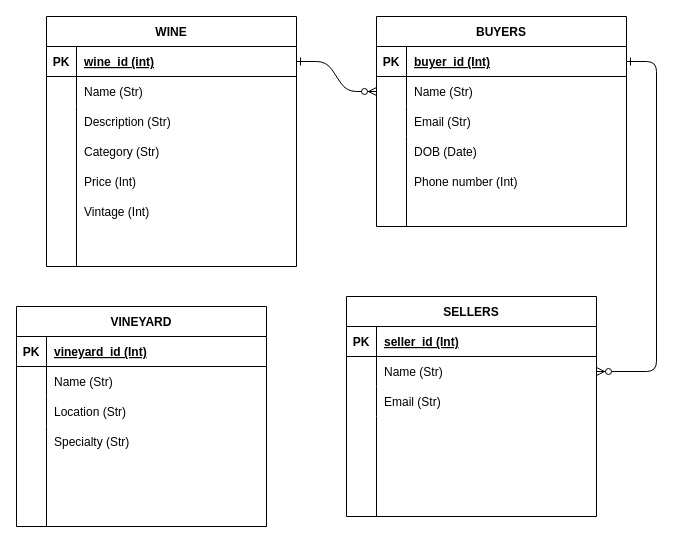
This is ERD.drawio from JordanAttfield/T2A2-API-Webserver-Project, a draw.io file, before an edit. Source tidied: cells renumbered, new cells numbered last; positions are measured from the earlier drawing's top-left corner, leaving out a move shared by most shapes. Both pictures are drawn from the tidied source at 100%, with x=0, y=0 at pixel (16, 16).
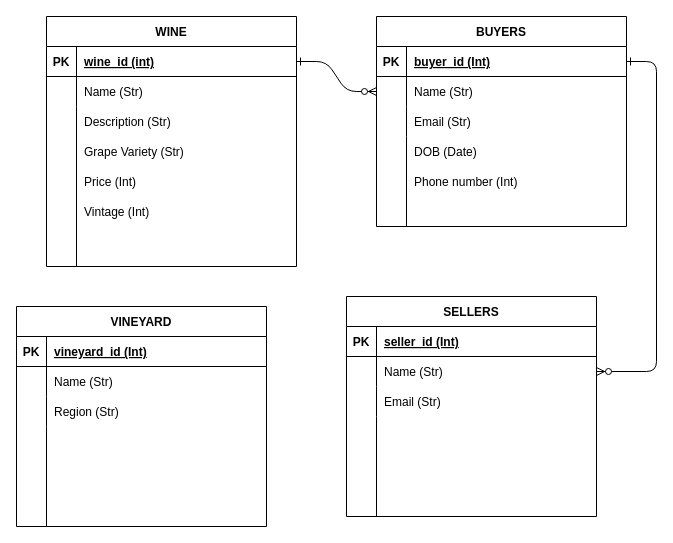
The same page after the edit.

The change refers to these unchanged cells:
```xml
<mxCell id="48" style="shape=partialRectangle;fillColor=none;top=0;left=0;right=0;bottom=0;" parent="41" vertex="1">
  <mxGeometry y="90" width="250" height="30" as="geometry" />
</mxCell>
```

Diff of the diagram source:
```diff
@@
-    <mxCell id="33" value="Category (Str)" style="shape=partialRectangle;overflow=hidden;fillColor=none;top=0;left=0;bottom=0;right=0;align=left;spacingLeft=6;" parent="1" vertex="1">
+    <mxCell id="33" value="Grape Variety (Str)" style="shape=partialRectangle;overflow=hidden;fillColor=none;top=0;left=0;bottom=0;right=0;align=left;spacingLeft=6;" parent="1" vertex="1">
       <mxGeometry x="60" y="120" width="220" height="30" as="geometry" />
     </mxCell>
@@
-    <mxCell id="50" value="Location (Str)" style="shape=partialRectangle;overflow=hidden;fillColor=none;top=0;left=0;bottom=0;right=0;align=left;spacingLeft=6;" parent="48" vertex="1">
+    <mxCell id="50" value="Region (Str)" style="shape=partialRectangle;overflow=hidden;fillColor=none;top=0;left=0;bottom=0;right=0;align=left;spacingLeft=6;" parent="48" vertex="1">
       <mxGeometry x="30" width="220" height="30" as="geometry" />
     </mxCell>
@@
-    <mxCell id="52" value="Specialty (Str)" style="shape=partialRectangle;overflow=hidden;fillColor=none;top=0;left=0;bottom=0;right=0;align=left;spacingLeft=6;" parent="1" vertex="1">
-      <mxGeometry x="30" y="410" width="220" height="30" as="geometry" />
-    </mxCell>
```
